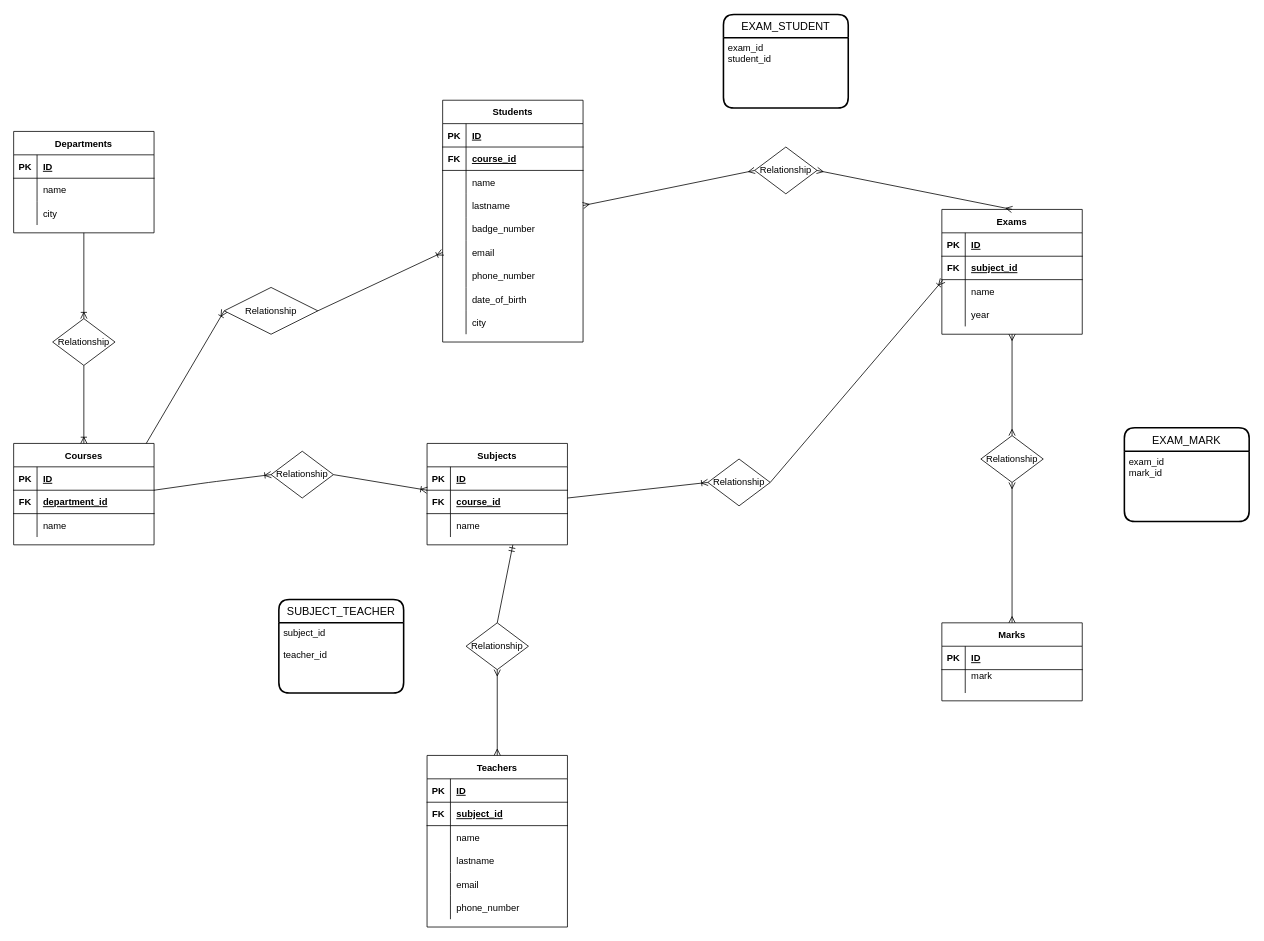
Alexxboc/db-university keeps this draw.io diagram as university.drawio. Above is the earlier version. Source tidied: cells renumbered, new cells numbered last; positions are measured from the earlier drawing's top-left corner, leaving out a move shared by most shapes. Both pictures are drawn from the tidied source at 78%, with x=0, y=0 at pixel (13, 14).
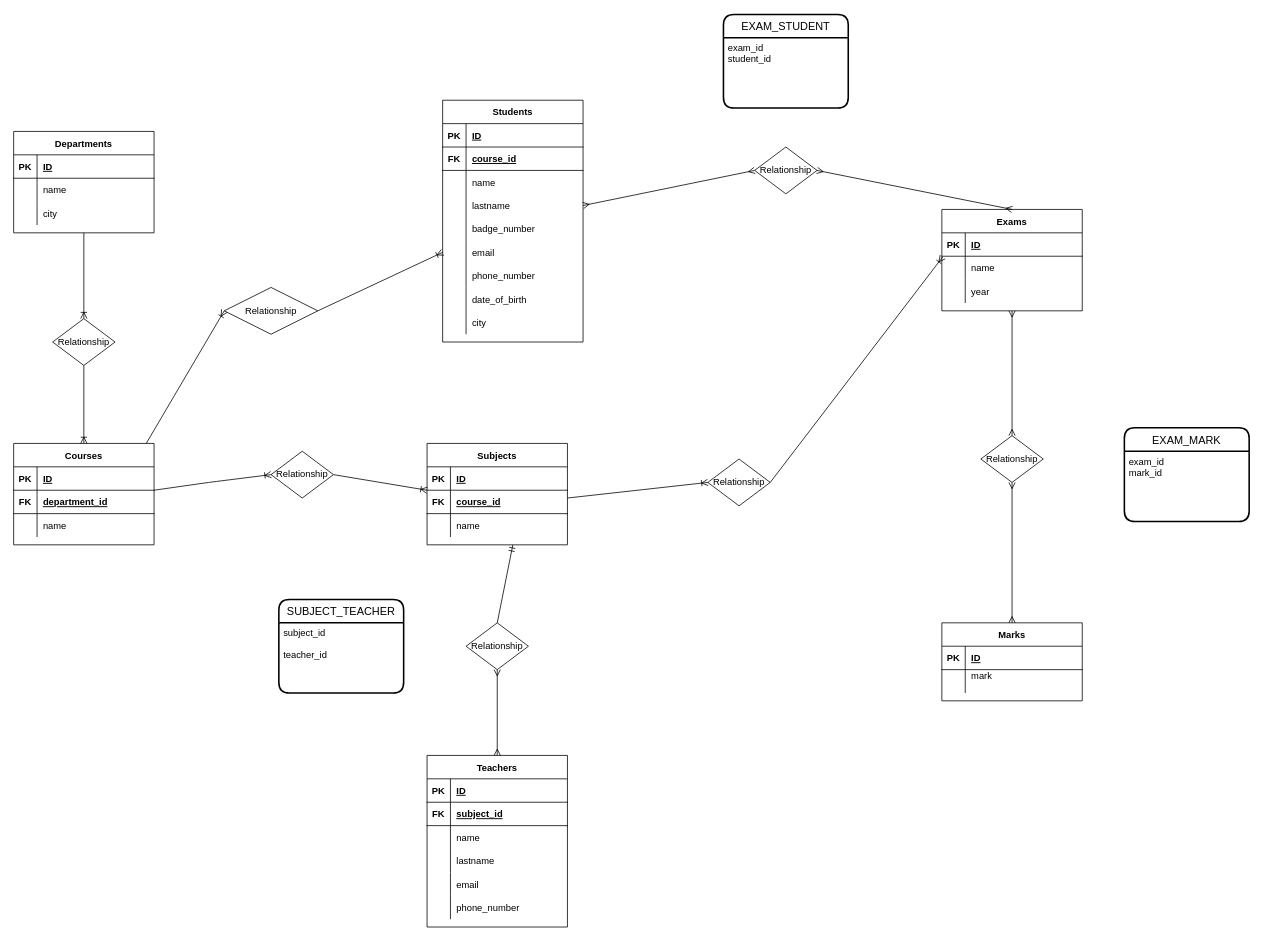
After the change.

Change to the diagram source:
```diff
@@
     <mxCell id="51" value="Exams" style="shape=table;startSize=30;childLayout=tableLayout;rowLines=0;fontStyle=1;align=center;" parent="1" vertex="1">
-      <mxGeometry x="1190" y="250" width="180" height="160" as="geometry" />
+      <mxGeometry x="1190" y="250" width="180" height="130" as="geometry" />
     </mxCell>
@@
-    <mxCell id="55" style="shape=partialRectangle;fillColor=none;top=0;left=0;bottom=1;right=0;" parent="51" vertex="1">
-      <mxGeometry y="60" width="180" height="30" as="geometry" />
-    </mxCell>
-    <mxCell id="56" value="FK" style="shape=partialRectangle;fillColor=none;top=0;left=0;bottom=0;right=0;fontStyle=1;overflow=hidden;" parent="55" vertex="1">
-      <mxGeometry width="30" height="30" as="geometry" />
-    </mxCell>
-    <mxCell id="57" value="subject_id" style="shape=partialRectangle;fillColor=none;top=0;left=0;bottom=0;right=0;align=left;spacingLeft=6;fontStyle=5;overflow=hidden;" parent="55" vertex="1">
-      <mxGeometry x="30" width="150" height="30" as="geometry" />
-    </mxCell>
     <mxCell id="58" style="shape=partialRectangle;fillColor=none;top=0;left=0;bottom=0;right=0;points=[[0,0.5],[1,0.5]];portConstraint=eastwest;" parent="51" vertex="1">
-      <mxGeometry y="90" width="180" height="30" as="geometry" />
+      <mxGeometry y="60" width="180" height="30" as="geometry" />
     </mxCell>
@@
     <mxCell id="61" style="shape=partialRectangle;fillColor=none;top=0;left=0;bottom=0;right=0;" parent="51" vertex="1">
-      <mxGeometry y="120" width="180" height="30" as="geometry" />
+      <mxGeometry y="90" width="180" height="30" as="geometry" />
     </mxCell>
```
